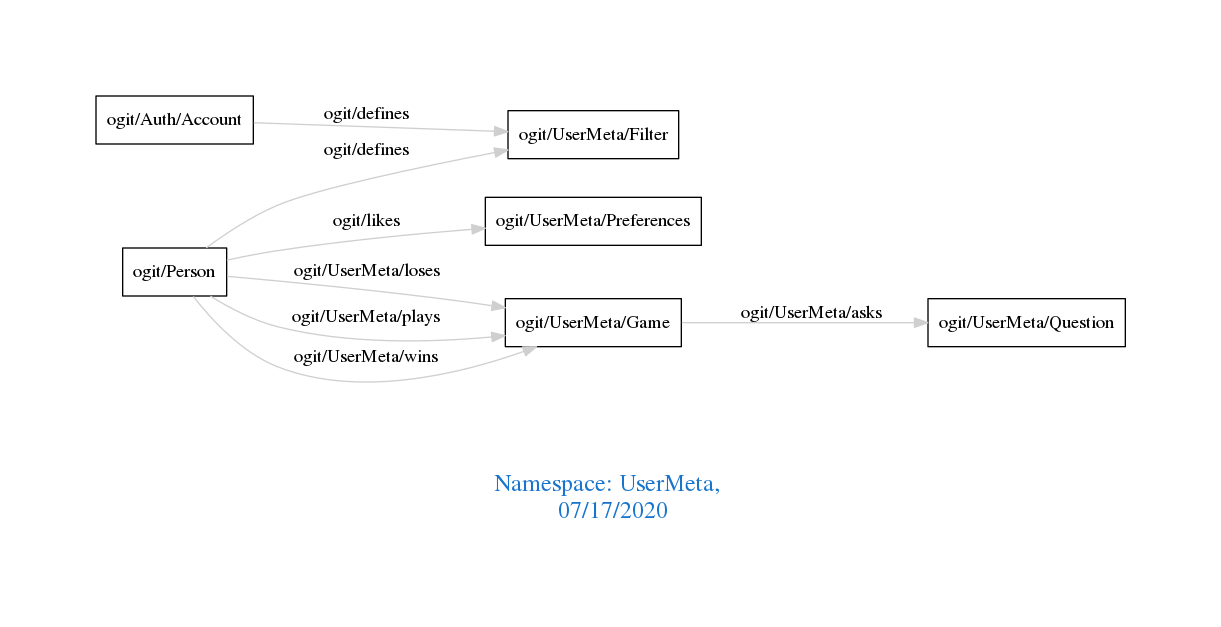
The Graphviz diagram downloads/UserMeta.png in arago/OGIT, before a commit. Its source is kept beside it as downloads/UserMeta.dot.
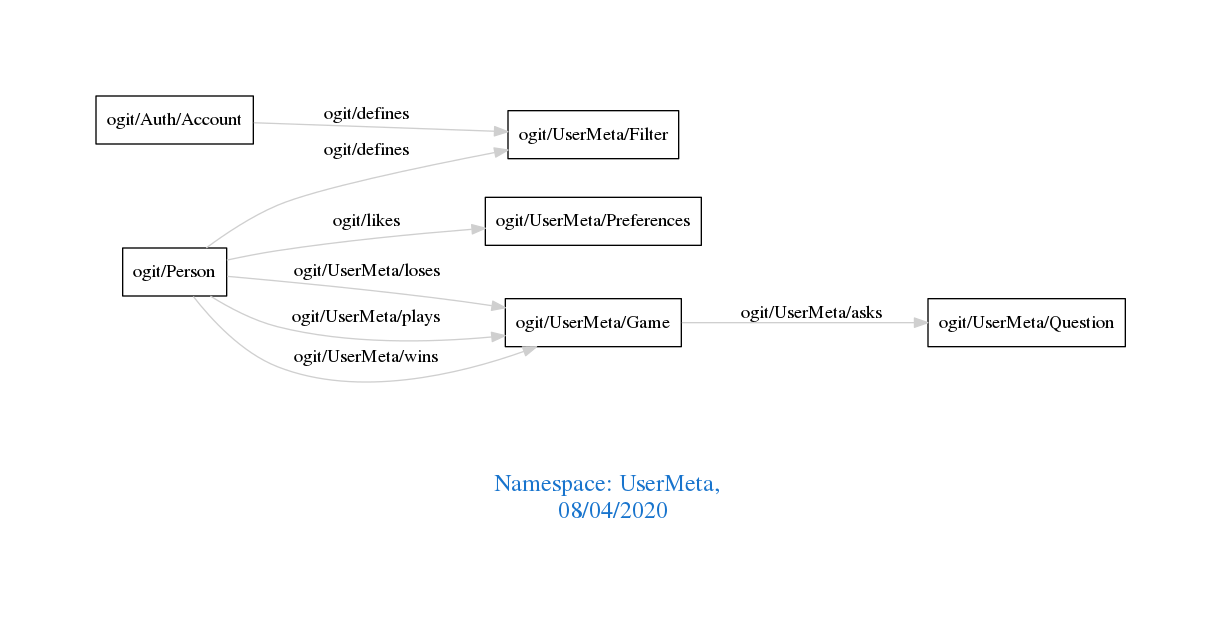
Above is the later version.

Change to the diagram source:
```diff
@@ -1,7 +1,7 @@
 digraph OGIT_ontology {
  graph [ rankdir= LR,pad=1
 fontsize = 18,
-fontcolor= dodgerblue3,label = "\n\n\nNamespace: UserMeta, \n 07/17/2020"];
+fontcolor= dodgerblue3,label = "\n\n\nNamespace: UserMeta, \n 08/04/2020"];
 node[shape=polygon];
 edge [  color="gray81"];
 
```
